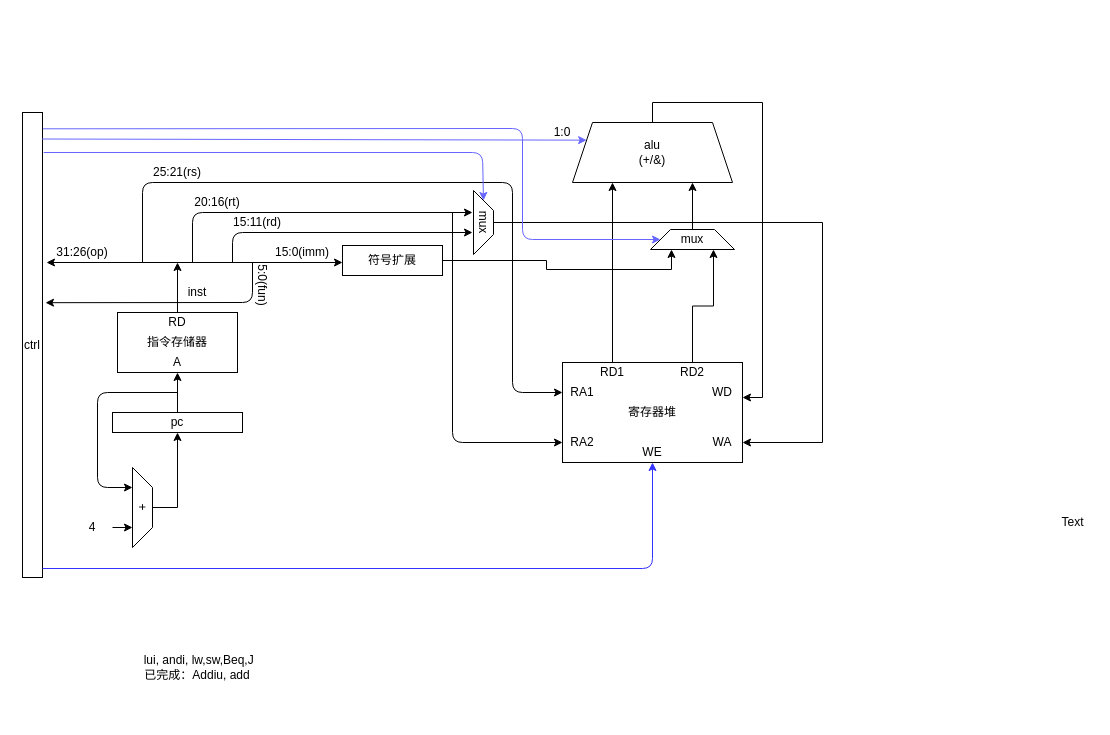
The draw.io diagram page "Page-2" (2 of 2) of 2.drawio in lzhenbit/Dictionary, before the edit. Source tidied: cells renumbered, new cells numbered last; positions are measured from the earlier drawing's top-left corner, leaving out a move shared by most shapes. Both pictures are drawn from the tidied source at 100%, with x=0, y=0 at pixel (22, 112).
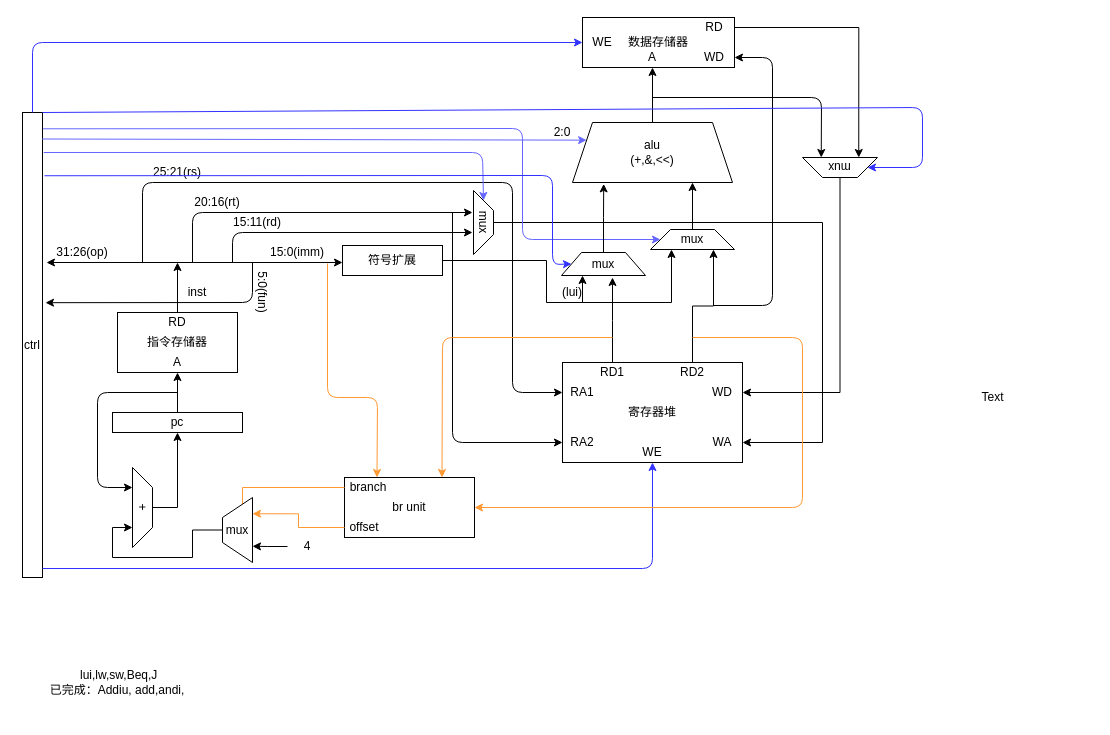
Above is the later version.

Unchanged cells that the change refers to:
```xml
<mxCell id="2" value="ctrl" style="rounded=0;whiteSpace=wrap;html=1;" parent="1" vertex="1">
  <mxGeometry width="20" height="465" as="geometry" />
</mxCell>
<mxCell id="4" value="+" style="shape=trapezoid;perimeter=trapezoidPerimeter;whiteSpace=wrap;html=1;fixedSize=1;rotation=90;" parent="1" vertex="1">
  <mxGeometry x="80" y="385" width="80" height="20" as="geometry" />
</mxCell>
<mxCell id="21" value="RD1" style="text;html=1;strokeColor=none;fillColor=none;align=center;verticalAlign=middle;whiteSpace=wrap;rounded=0;" parent="1" vertex="1">
  <mxGeometry x="570" y="250" width="40" height="20" as="geometry" />
</mxCell>
<mxCell id="22" value="WD" style="text;html=1;strokeColor=none;fillColor=none;align=center;verticalAlign=middle;whiteSpace=wrap;rounded=0;" parent="1" vertex="1">
  <mxGeometry x="680" y="270" width="40" height="20" as="geometry" />
</mxCell>
<mxCell id="28" value="符号扩展" style="rounded=0;whiteSpace=wrap;html=1;" parent="1" vertex="1">
  <mxGeometry x="320" y="133" width="100" height="30" as="geometry" />
</mxCell>
<mxCell id="38" value="mux" style="shape=trapezoid;perimeter=trapezoidPerimeter;whiteSpace=wrap;html=1;fixedSize=1;" parent="1" vertex="1">
  <mxGeometry x="628" y="117" width="84" height="20" as="geometry" />
</mxCell>
```

What changed in the source:
```diff
@@
-    <mxCell id="11" style="endArrow=classic;html=1;entryX=0.75;entryY=1;entryDx=0;entryDy=0;exitX=1;exitY=0.5;exitDx=0;exitDy=0;" parent="1" edge="1" source="12" target="4">
-      <mxGeometry relative="1" as="geometry" />
-    </mxCell>
+    <mxCell id="52" style="edgeStyle=orthogonalEdgeStyle;rounded=0;jettySize=auto;html=1;entryX=0.25;entryY=1;entryDx=0;entryDy=0;fillColor=#7EA6E0;" parent="1" edge="1" source="12" target="81">
+      <mxGeometry relative="1" as="geometry" />
+    </mxCell>
     <mxCell id="12" value="4" style="text;html=1;strokeColor=none;fillColor=none;align=center;verticalAlign=middle;whiteSpace=wrap;rounded=0;" parent="1" vertex="1">
-      <mxGeometry x="50" y="405" width="40" height="20" as="geometry" />
+      <mxGeometry x="265" y="424" width="40" height="20" as="geometry" />
     </mxCell>
@@
-    <mxCell id="20" style="edgeStyle=orthogonalEdgeStyle;rounded=0;jettySize=auto;html=1;exitX=0.5;exitY=0;exitDx=0;exitDy=0;entryX=0.25;entryY=1;entryDx=0;entryDy=0;" parent="1" edge="1" source="21" target="26">
-      <mxGeometry relative="1" as="geometry" />
-    </mxCell>
+    <mxCell id="53" style="edgeStyle=orthogonalEdgeStyle;rounded=0;jettySize=auto;html=1;fillColor=#7EA6E0;" parent="1" edge="1" source="21">
+      <mxGeometry relative="1" as="geometry">
+        <mxPoint x="590" y="165" as="targetPoint" />
+      </mxGeometry>
+    </mxCell>
@@
-    <mxCell id="25" style="edgeStyle=orthogonalEdgeStyle;rounded=0;jettySize=auto;html=1;exitX=0.5;exitY=0;exitDx=0;exitDy=0;entryX=1;entryY=0.75;entryDx=0;entryDy=0;" parent="1" edge="1" source="26" target="22">
-      <mxGeometry relative="1" as="geometry" />
-    </mxCell>
+    <mxCell id="54" style="edgeStyle=orthogonalEdgeStyle;rounded=0;jettySize=auto;html=1;entryX=0.5;entryY=1;entryDx=0;entryDy=0;strokeColor=#000000;fillColor=#7EA6E0;" parent="1" edge="1" source="26" target="64">
+      <mxGeometry relative="1" as="geometry" />
+    </mxCell>
-    <mxCell id="26" value="alu&lt;br&gt;(+/&amp;amp;)" style="shape=trapezoid;perimeter=trapezoidPerimeter;whiteSpace=wrap;html=1;fixedSize=1;" parent="1" vertex="1">
+    <mxCell id="26" value="alu&lt;br&gt;(+,&amp;amp;,&amp;lt;&amp;lt;)" style="shape=trapezoid;perimeter=trapezoidPerimeter;whiteSpace=wrap;html=1;fixedSize=1;" parent="1" vertex="1">
       <mxGeometry x="550" y="10" width="160" height="60" as="geometry" />
     </mxCell>
     <mxCell id="27" style="edgeStyle=orthogonalEdgeStyle;rounded=0;jettySize=auto;html=1;entryX=0.25;entryY=1;entryDx=0;entryDy=0;" parent="1" edge="1" source="28" target="38">
-      <mxGeometry relative="1" as="geometry" />
+      <mxGeometry relative="1" as="geometry">
+        <Array as="points">
+          <mxPoint x="524" y="148" />
+          <mxPoint x="524" y="190" />
+          <mxPoint x="649" y="190" />
+        </Array>
+      </mxGeometry>
     </mxCell>
@@
     <mxCell id="32" value="15:0(imm)" style="text;html=1;strokeColor=none;fillColor=none;align=center;verticalAlign=middle;whiteSpace=wrap;rounded=0;" parent="1" vertex="1">
-      <mxGeometry x="260" y="130" width="40" height="20" as="geometry" />
+      <mxGeometry x="255" y="130" width="40" height="20" as="geometry" />
     </mxCell>
@@
-    <mxCell id="34" value="&amp;nbsp;lui, andi, lw,sw,Beq,J&lt;br&gt;已完成：Addiu, add" style="text;html=1;strokeColor=none;fillColor=none;align=center;verticalAlign=middle;whiteSpace=wrap;rounded=0;" parent="1" vertex="1">
-      <mxGeometry x="75" y="520" width="200" height="70" as="geometry" />
+    <mxCell id="34" value="&amp;nbsp;lui,lw,sw,Beq,J&lt;br&gt;已完成：Addiu, add,andi," style="text;html=1;strokeColor=none;fillColor=none;align=center;verticalAlign=middle;whiteSpace=wrap;rounded=0;" parent="1" vertex="1">
+      <mxGeometry x="-5" y="535" width="200" height="70" as="geometry" />
     </mxCell>
@@
     <mxCell id="39" value="Text" style="text;html=1;align=center;verticalAlign=middle;" parent="1" vertex="1">
-      <mxGeometry x="1030" y="400" width="40" height="20" as="geometry" />
+      <mxGeometry x="950" y="275" width="40" height="20" as="geometry" />
     </mxCell>
@@
     <mxCell id="41" value="5:0(fun)" style="text;html=1;strokeColor=none;fillColor=none;align=center;verticalAlign=middle;whiteSpace=wrap;rounded=0;rotation=90;" parent="1" vertex="1">
-      <mxGeometry x="215" y="163" width="50" height="20" as="geometry" />
+      <mxGeometry x="215" y="170" width="50" height="20" as="geometry" />
     </mxCell>
@@
-    <mxCell id="50" value="1:0" style="text;html=1;strokeColor=none;fillColor=none;align=center;verticalAlign=middle;whiteSpace=wrap;rounded=0;" parent="1" vertex="1">
+    <mxCell id="50" value="2:0" style="text;html=1;strokeColor=none;fillColor=none;align=center;verticalAlign=middle;whiteSpace=wrap;rounded=0;" parent="1" vertex="1">
       <mxGeometry x="520" y="10" width="40" height="20" as="geometry" />
     </mxCell>
@@
+    <mxCell id="55" style="edgeStyle=orthogonalEdgeStyle;rounded=0;jettySize=auto;html=1;entryX=0.195;entryY=1.023;entryDx=0;entryDy=0;entryPerimeter=0;strokeColor=#000000;fillColor=#7EA6E0;" parent="1" edge="1" source="56" target="26">
+      <mxGeometry relative="1" as="geometry" />
+    </mxCell>
+    <mxCell id="56" value="mux" style="shape=trapezoid;perimeter=trapezoidPerimeter;whiteSpace=wrap;html=1;fixedSize=1;" parent="1" vertex="1">
+      <mxGeometry x="539" y="140" width="84" height="23" as="geometry" />
+    </mxCell>
+    <mxCell id="57" style="endArrow=classic;html=1;fillColor=#7EA6E0;entryX=0.25;entryY=1;entryDx=0;entryDy=0;" parent="1" edge="1" target="56">
+      <mxGeometry relative="1" as="geometry">
+        <mxPoint x="560" y="190" as="sourcePoint" />
+      </mxGeometry>
+    </mxCell>
+    <mxCell id="58" value="(lui)" style="text;html=1;strokeColor=none;fillColor=none;align=center;verticalAlign=middle;whiteSpace=wrap;rounded=0;" parent="1" vertex="1">
+      <mxGeometry x="530" y="170" width="40" height="20" as="geometry" />
+    </mxCell>
+    <mxCell id="59" value="数据存储器" style="rounded=0;whiteSpace=wrap;html=1;" parent="1" vertex="1">
+      <mxGeometry x="560" y="-95" width="152" height="50" as="geometry" />
+    </mxCell>
+    <mxCell id="60" value="WE" style="text;html=1;strokeColor=none;fillColor=none;align=center;verticalAlign=middle;whiteSpace=wrap;rounded=0;" parent="1" vertex="1">
+      <mxGeometry x="560" y="-80" width="40" height="20" as="geometry" />
+    </mxCell>
+    <mxCell id="61" style="edgeStyle=orthogonalEdgeStyle;rounded=0;jettySize=auto;html=1;exitX=1;exitY=0.5;exitDx=0;exitDy=0;entryX=0.25;entryY=1;entryDx=0;entryDy=0;fillColor=#7EA6E0;" parent="1" edge="1" source="62" target="69">
+      <mxGeometry relative="1" as="geometry" />
+    </mxCell>
+    <mxCell id="62" value="RD" style="text;html=1;strokeColor=none;fillColor=none;align=center;verticalAlign=middle;whiteSpace=wrap;rounded=0;" parent="1" vertex="1">
+      <mxGeometry x="672" y="-95" width="40" height="20" as="geometry" />
+    </mxCell>
+    <mxCell id="63" value="WD" style="text;html=1;strokeColor=none;fillColor=none;align=center;verticalAlign=middle;whiteSpace=wrap;rounded=0;" parent="1" vertex="1">
+      <mxGeometry x="672" y="-65" width="40" height="20" as="geometry" />
+    </mxCell>
+    <mxCell id="64" value="A" style="text;html=1;strokeColor=none;fillColor=none;align=center;verticalAlign=middle;whiteSpace=wrap;rounded=0;" parent="1" vertex="1">
+      <mxGeometry x="610" y="-65" width="40" height="20" as="geometry" />
+    </mxCell>
+    <mxCell id="65" style="endArrow=classic;html=1;strokeColor=#000000;fillColor=#7EA6E0;entryX=1;entryY=0.5;entryDx=0;entryDy=0;" parent="1" edge="1" target="63">
+      <mxGeometry relative="1" as="geometry">
+        <mxPoint x="691" y="193" as="sourcePoint" />
+        <Array as="points">
+          <mxPoint x="750" y="193" />
+          <mxPoint x="750" y="-55" />
+        </Array>
+      </mxGeometry>
+    </mxCell>
+    <mxCell id="66" style="endArrow=classic;html=1;fillColor=#7EA6E0;strokeColor=#3333FF;exitX=0.5;exitY=0;exitDx=0;exitDy=0;entryX=0;entryY=0.5;entryDx=0;entryDy=0;" parent="1" edge="1" source="2" target="60">
+      <mxGeometry relative="1" as="geometry">
+        <Array as="points">
+          <mxPoint x="10" y="-70" />
+        </Array>
+      </mxGeometry>
+    </mxCell>
+    <mxCell id="67" style="endArrow=classic;html=1;strokeColor=#3333FF;fillColor=#7EA6E0;exitX=1.1;exitY=0.136;exitDx=0;exitDy=0;exitPerimeter=0;entryX=0;entryY=0.5;entryDx=0;entryDy=0;" parent="1" edge="1" source="2" target="56">
+      <mxGeometry relative="1" as="geometry">
+        <Array as="points">
+          <mxPoint x="530" y="63" />
+          <mxPoint x="530" y="152" />
+        </Array>
+      </mxGeometry>
+    </mxCell>
+    <mxCell id="68" style="edgeStyle=orthogonalEdgeStyle;rounded=0;jettySize=auto;html=1;exitX=0.5;exitY=0;exitDx=0;exitDy=0;entryX=1;entryY=0.5;entryDx=0;entryDy=0;strokeColor=#000000;fillColor=#7EA6E0;" parent="1" edge="1" source="69" target="22">
+      <mxGeometry relative="1" as="geometry" />
+    </mxCell>
+    <mxCell id="69" value="mux" style="shape=trapezoid;perimeter=trapezoidPerimeter;whiteSpace=wrap;html=1;fixedSize=1;rotation=-180;" parent="1" vertex="1">
+      <mxGeometry x="780" y="45" width="75" height="20" as="geometry" />
+    </mxCell>
+    <mxCell id="70" style="endArrow=classic;html=1;fillColor=#7EA6E0;entryX=0.75;entryY=1;entryDx=0;entryDy=0;" parent="1" edge="1" target="69">
+      <mxGeometry relative="1" as="geometry">
+        <mxPoint x="630" y="-15" as="sourcePoint" />
+        <Array as="points">
+          <mxPoint x="799" y="-15" />
+        </Array>
+      </mxGeometry>
+    </mxCell>
+    <mxCell id="71" style="endArrow=classic;html=1;fillColor=#7EA6E0;exitX=1;exitY=0;exitDx=0;exitDy=0;strokeColor=#3333FF;entryX=0;entryY=0.5;entryDx=0;entryDy=0;" parent="1" edge="1" source="2" target="69">
+      <mxGeometry relative="1" as="geometry">
+        <Array as="points">
+          <mxPoint x="900" y="-5" />
+          <mxPoint x="900" y="55" />
+        </Array>
+      </mxGeometry>
+    </mxCell>
+    <mxCell id="72" value="br unit" style="rounded=0;whiteSpace=wrap;html=1;" parent="1" vertex="1">
+      <mxGeometry x="322" y="365" width="130" height="60" as="geometry" />
+    </mxCell>
+    <mxCell id="73" style="endArrow=classic;html=1;fillColor=#7EA6E0;entryX=0.75;entryY=0;entryDx=0;entryDy=0;strokeColor=#FF9933;" parent="1" edge="1" target="72">
+      <mxGeometry relative="1" as="geometry">
+        <mxPoint x="590" y="225" as="sourcePoint" />
+        <Array as="points">
+          <mxPoint x="420" y="225" />
+        </Array>
+      </mxGeometry>
+    </mxCell>
+    <mxCell id="74" style="endArrow=classic;html=1;strokeColor=#FF9933;fillColor=#7EA6E0;entryX=1;entryY=0.5;entryDx=0;entryDy=0;" parent="1" edge="1" target="72">
+      <mxGeometry relative="1" as="geometry">
+        <mxPoint x="670" y="225" as="sourcePoint" />
+        <Array as="points">
+          <mxPoint x="780" y="225" />
+          <mxPoint x="780" y="395" />
+        </Array>
+      </mxGeometry>
+    </mxCell>
+    <mxCell id="75" style="endArrow=classic;html=1;strokeColor=#FF9933;fillColor=#7EA6E0;entryX=0.25;entryY=0;entryDx=0;entryDy=0;" parent="1" edge="1" target="72">
+      <mxGeometry relative="1" as="geometry">
+        <mxPoint x="305" y="151" as="sourcePoint" />
+        <Array as="points">
+          <mxPoint x="305" y="285" />
+          <mxPoint x="355" y="285" />
+        </Array>
+      </mxGeometry>
+    </mxCell>
+    <mxCell id="76" style="edgeStyle=orthogonalEdgeStyle;rounded=0;jettySize=auto;html=1;entryX=1;entryY=0.5;entryDx=0;entryDy=0;strokeColor=#FF9933;fillColor=#7EA6E0;" parent="1" edge="1" source="77" target="81">
+      <mxGeometry relative="1" as="geometry">
+        <Array as="points">
+          <mxPoint x="220" y="375" />
+        </Array>
+      </mxGeometry>
+    </mxCell>
+    <mxCell id="77" value="branch" style="text;html=1;strokeColor=none;fillColor=none;align=center;verticalAlign=middle;whiteSpace=wrap;rounded=0;" parent="1" vertex="1">
+      <mxGeometry x="322" y="365" width="48" height="20" as="geometry" />
+    </mxCell>
+    <mxCell id="78" style="edgeStyle=orthogonalEdgeStyle;rounded=0;jettySize=auto;html=1;entryX=0.75;entryY=1;entryDx=0;entryDy=0;strokeColor=#FF9933;fillColor=#7EA6E0;" parent="1" edge="1" source="79" target="81">
+      <mxGeometry relative="1" as="geometry" />
+    </mxCell>
+    <mxCell id="79" value="offset" style="text;html=1;strokeColor=none;fillColor=none;align=center;verticalAlign=middle;whiteSpace=wrap;rounded=0;" parent="1" vertex="1">
+      <mxGeometry x="322" y="405" width="40" height="20" as="geometry" />
+    </mxCell>
+    <mxCell id="80" style="edgeStyle=orthogonalEdgeStyle;rounded=0;jettySize=auto;html=1;exitX=0.5;exitY=0;exitDx=0;exitDy=0;entryX=0.75;entryY=1;entryDx=0;entryDy=0;strokeColor=#000000;fillColor=#7EA6E0;" parent="1" edge="1" source="81" target="4">
+      <mxGeometry relative="1" as="geometry">
+        <Array as="points">
+          <mxPoint x="170" y="418" />
+          <mxPoint x="170" y="445" />
+          <mxPoint x="90" y="445" />
+          <mxPoint x="90" y="415" />
+        </Array>
+      </mxGeometry>
+    </mxCell>
+    <mxCell id="81" value="mux" style="shape=trapezoid;perimeter=trapezoidPerimeter;whiteSpace=wrap;html=1;fixedSize=1;direction=north;" parent="1" vertex="1">
+      <mxGeometry x="200" y="385" width="30" height="65" as="geometry" />
+    </mxCell>
```
